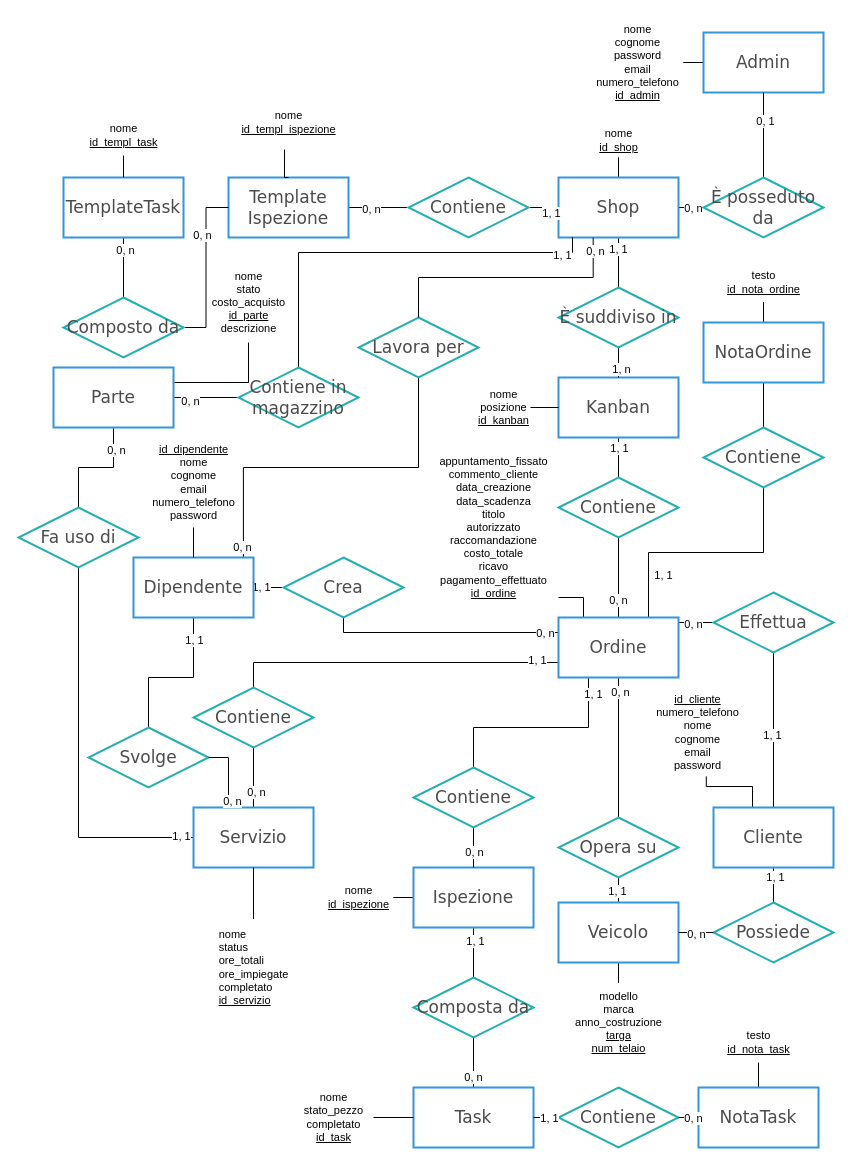
Above: resources/Officina.drawio in Mattia-Gaetano-Greco/Officina (draw.io), before the change. Source tidied: cells renumbered, new cells numbered last; positions are measured from the earlier drawing's top-left corner, leaving out a move shared by most shapes. Both pictures are drawn from the tidied source at 100%, with x=0, y=0 at pixel (18, 17).
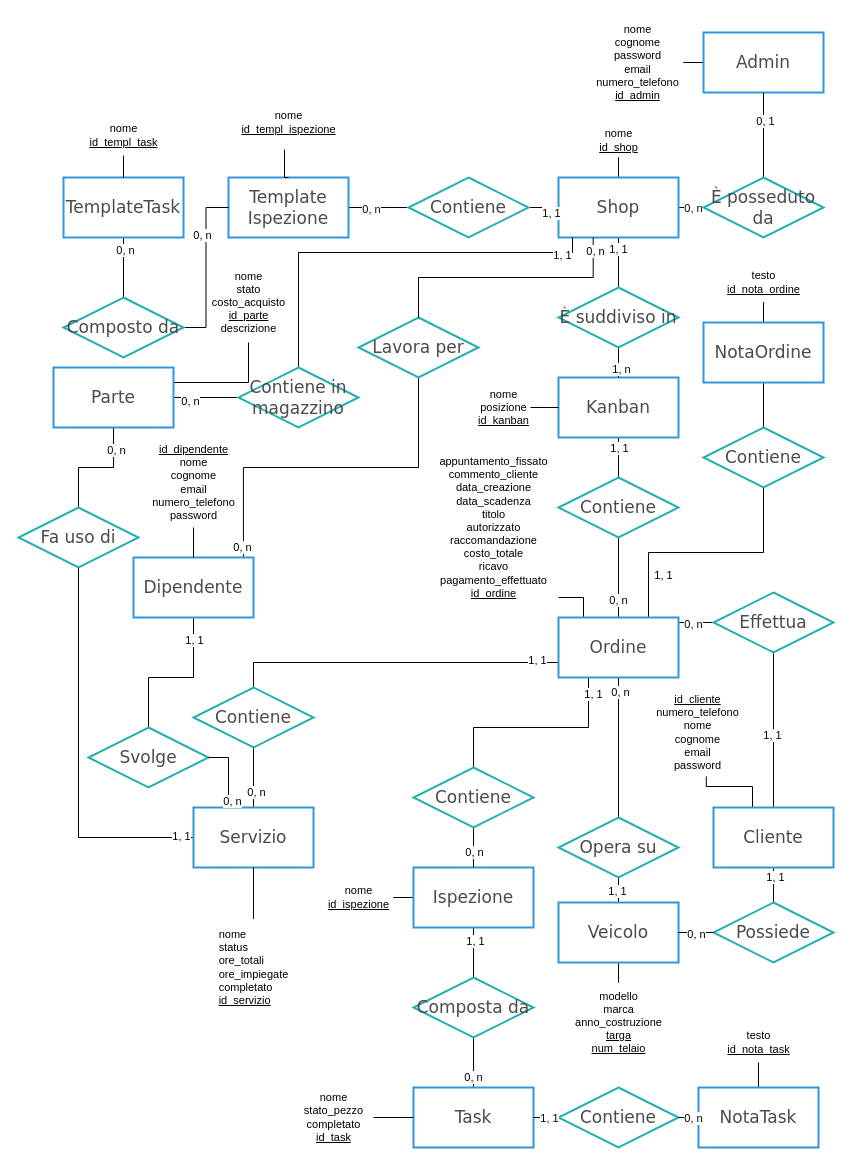
After the change.

The change refers to these unchanged cells:
```xml
<mxCell id="21" value="Ordine" style="rounded=0;whiteSpace=wrap;html=1;strokeWidth=2;strokeColor=#3396dd;fontFamily=Verdana;fontSize=17;fontStyle=0;fontColor=#4D4D4D;" parent="1" vertex="1">
  <mxGeometry x="540" y="600" width="120" height="60" as="geometry" />
</mxCell>
<mxCell id="38" value="Dipendente" style="rounded=0;whiteSpace=wrap;html=1;strokeWidth=2;strokeColor=#3396dd;fontFamily=Verdana;fontSize=17;fontColor=#4B4B4B;" parent="1" vertex="1">
  <mxGeometry x="115" y="540" width="120" height="60" as="geometry" />
</mxCell>
```

The edit, as a diff of the source:
```diff
@@
-    <mxCell id="17" style="rounded=0;jettySize=auto;html=1;entryX=0.5;entryY=1;entryDx=0;entryDy=0;endArrow=none;endFill=0;exitX=0;exitY=0.25;exitDx=0;exitDy=0;edgeStyle=orthogonalEdgeStyle;" parent="1" edge="1" source="21" target="108">
-      <mxGeometry relative="1" as="geometry">
-        <Array as="points">
-          <mxPoint x="325" y="615" />
-        </Array>
-      </mxGeometry>
-    </mxCell>
-    <mxCell id="18" value="0, n" style="edgeLabel;html=1;align=center;verticalAlign=middle;" parent="17" vertex="1">
-      <mxGeometry x="-0.89" relative="1" as="geometry">
-        <mxPoint x="-1" as="offset" />
-      </mxGeometry>
-    </mxCell>
@@
-    <mxCell id="34" style="rounded=0;jettySize=auto;html=1;entryX=0;entryY=0.5;entryDx=0;entryDy=0;endArrow=none;endFill=0;exitX=1;exitY=0.5;exitDx=0;exitDy=0;" parent="1" edge="1" source="38" target="108">
-      <mxGeometry relative="1" as="geometry" />
-    </mxCell>
-    <mxCell id="35" value="1, 1" style="edgeLabel;html=1;align=center;verticalAlign=middle;" parent="34" vertex="1">
-      <mxGeometry x="-0.46" y="1" relative="1" as="geometry">
-        <mxPoint x="-1" as="offset" />
-      </mxGeometry>
-    </mxCell>
@@
-    <mxCell id="108" value="Crea" style="rhombus;whiteSpace=wrap;html=1;strokeWidth=2;strokeColor=#24afaf;fontFamily=Verdana;fontSize=17;fontColor=#4B4B4B;" parent="1" vertex="1">
-      <mxGeometry x="265" y="540" width="120" height="60" as="geometry" />
-    </mxCell>
```
